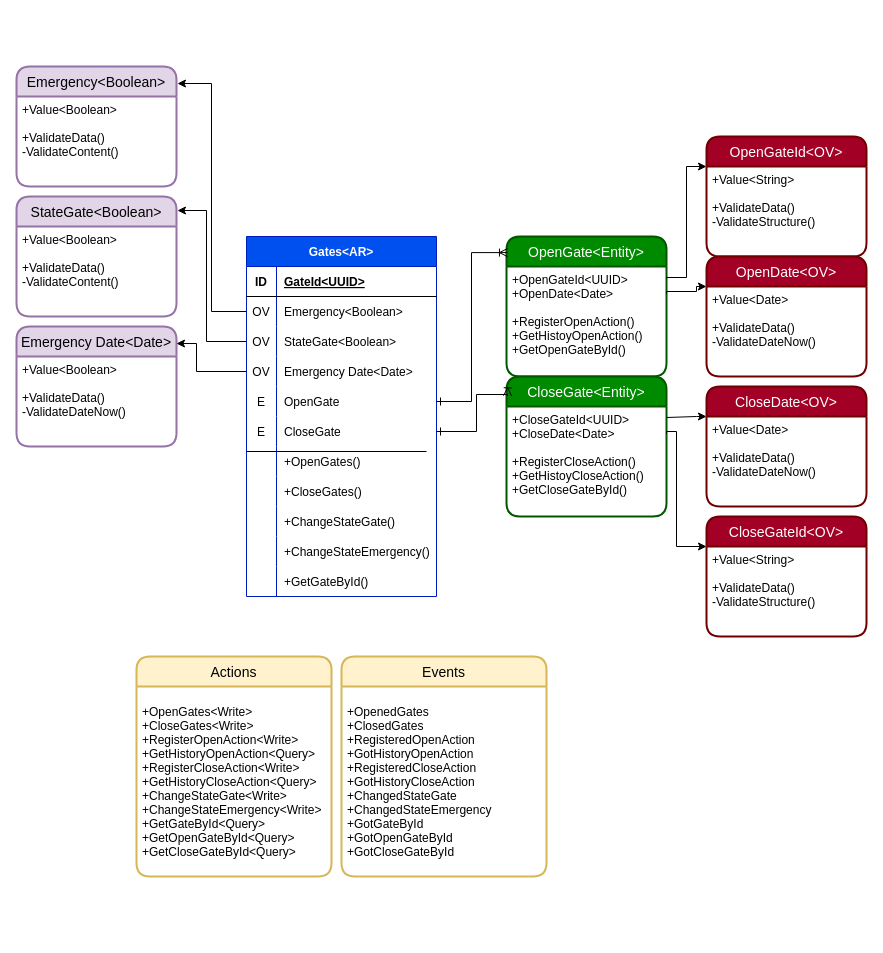
This is page "Gates<AR>" (3 of 8) of Modelo.drawio from JersonBasto/C1-2023-DDD-Colombia-Fork, a draw.io file, before an edit. Source tidied: cells renumbered, new cells numbered last; positions are measured from the earlier drawing's top-left corner, leaving out a move shared by most shapes. Both pictures are drawn from the tidied source at 100%, with x=0, y=0 at pixel (16, 66).
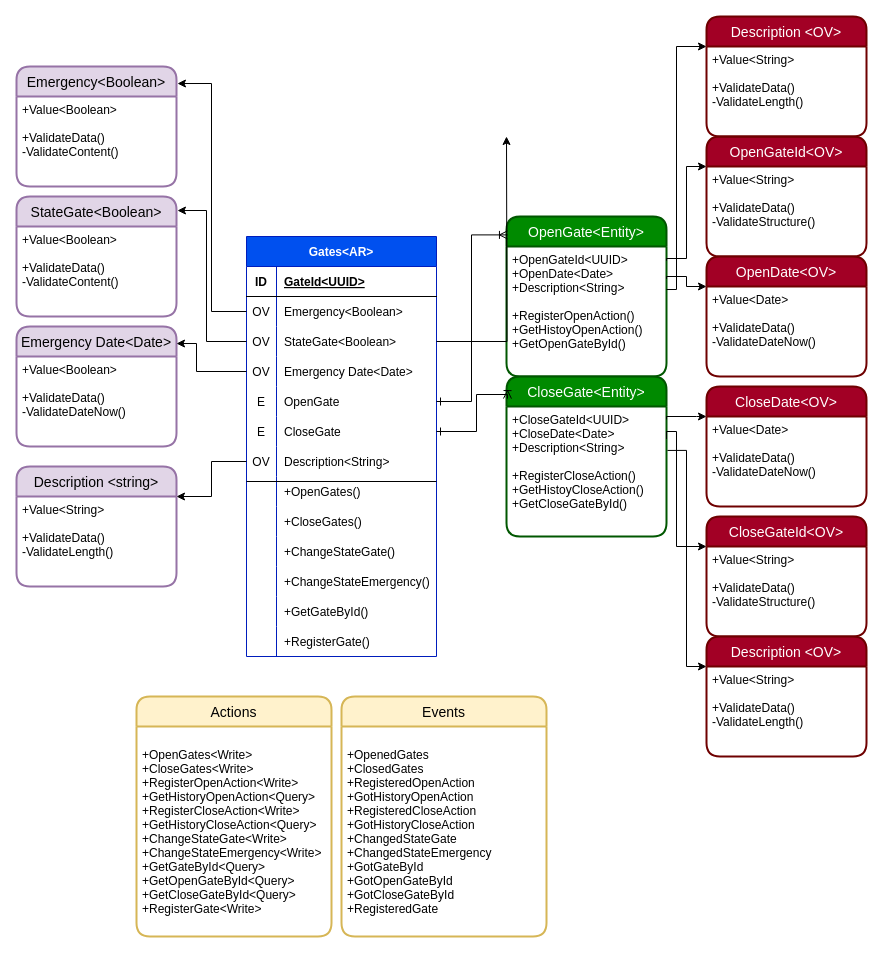
Above is the later version.

The change refers to these unchanged cells:
```xml
<mxCell id="9" style="shape=tableRow;horizontal=0;startSize=0;swimlaneHead=0;swimlaneBody=0;fillColor=none;points=[[0,0.5],[1,0.5]];portConstraint=eastwest;top=0;left=0;right=0;bottom=0;fontSize=12;" parent="2" vertex="1">
  <mxGeometry y="90" width="190" height="30" as="geometry" />
</mxCell>
<mxCell id="53" value="+Value&lt;String&gt;&#10;&#10;+ValidateData()&#10;-ValidateStructure()" style="align=left;strokeColor=none;fillColor=none;spacingLeft=4;fontSize=12;verticalAlign=top;" parent="52" vertex="1">
  <mxGeometry y="30" width="160" height="90" as="geometry" />
</mxCell>
<mxCell id="59" value="+Value&lt;Date&gt;&#10;&#10;+ValidateData()&#10;-ValidateDateNow()" style="align=left;strokeColor=none;fillColor=none;spacingLeft=4;fontSize=12;verticalAlign=top;" parent="58" vertex="1">
  <mxGeometry y="30" width="160" height="90" as="geometry" />
</mxCell>
```

Change to the diagram source:
```diff
@@
     <mxCell id="2" value="Gates&lt;AR&gt;" style="shape=table;startSize=30;childLayout=tableLayout;rowLines=0;fontStyle=1;align=center;fontSize=12;fillColor=#0050ef;fontColor=#ffffff;strokeColor=#001DBC;" parent="1" vertex="1">
-      <mxGeometry x="230" y="170" width="190" height="360" as="geometry" />
+      <mxGeometry x="230" y="170" width="190" height="420" as="geometry" />
     </mxCell>
@@
+    <mxCell id="68" style="shape=tableRow;horizontal=0;startSize=0;swimlaneHead=0;swimlaneBody=0;fillColor=none;points=[[0,0.5],[1,0.5]];portConstraint=eastwest;top=0;left=0;right=0;bottom=0;fontSize=12;" parent="2" vertex="1">
+      <mxGeometry y="210" width="190" height="30" as="geometry" />
+    </mxCell>
+    <mxCell id="69" value="OV" style="shape=partialRectangle;fillColor=none;top=0;left=0;bottom=0;right=0;overflow=hidden;fontSize=12;" parent="68" vertex="1">
+      <mxGeometry width="30" height="30" as="geometry" />
+    </mxCell>
+    <mxCell id="70" value="Description&lt;String&gt;" style="shape=partialRectangle;fillColor=none;top=0;left=0;bottom=0;right=0;align=left;spacingLeft=6;overflow=hidden;fontSize=12;" parent="68" vertex="1">
+      <mxGeometry x="30" width="160" height="30" as="geometry" />
+    </mxCell>
     <mxCell id="21" style="shape=tableRow;horizontal=0;startSize=0;swimlaneHead=0;swimlaneBody=0;fillColor=none;top=0;left=0;right=0;bottom=0;fontSize=12;" parent="2" vertex="1">
-      <mxGeometry y="210" width="190" height="30" as="geometry" />
+      <mxGeometry y="240" width="190" height="30" as="geometry" />
     </mxCell>
@@
     <mxCell id="24" style="shape=tableRow;horizontal=0;startSize=0;swimlaneHead=0;swimlaneBody=0;fillColor=none;top=0;left=0;right=0;bottom=0;fontSize=12;" parent="2" vertex="1">
-      <mxGeometry y="240" width="190" height="30" as="geometry" />
+      <mxGeometry y="270" width="190" height="30" as="geometry" />
     </mxCell>
@@
     <mxCell id="27" style="shape=tableRow;horizontal=0;startSize=0;swimlaneHead=0;swimlaneBody=0;fillColor=none;top=0;left=0;right=0;bottom=0;fontSize=12;" parent="2" vertex="1">
-      <mxGeometry y="270" width="190" height="30" as="geometry" />
+      <mxGeometry y="300" width="190" height="30" as="geometry" />
     </mxCell>
@@
     <mxCell id="30" style="shape=tableRow;horizontal=0;startSize=0;swimlaneHead=0;swimlaneBody=0;fillColor=none;top=0;left=0;right=0;bottom=0;fontSize=12;" parent="2" vertex="1">
-      <mxGeometry y="300" width="190" height="30" as="geometry" />
+      <mxGeometry y="330" width="190" height="30" as="geometry" />
     </mxCell>
@@
     <mxCell id="33" style="shape=tableRow;horizontal=0;startSize=0;swimlaneHead=0;swimlaneBody=0;fillColor=none;top=0;left=0;right=0;bottom=0;fontSize=12;" parent="2" vertex="1">
-      <mxGeometry y="330" width="190" height="30" as="geometry" />
+      <mxGeometry y="360" width="190" height="30" as="geometry" />
     </mxCell>
@@
+    <mxCell id="71" style="shape=tableRow;horizontal=0;startSize=0;swimlaneHead=0;swimlaneBody=0;fillColor=none;top=0;left=0;right=0;bottom=0;fontSize=12;" parent="2" vertex="1">
+      <mxGeometry y="390" width="190" height="30" as="geometry" />
+    </mxCell>
+    <mxCell id="72" style="shape=partialRectangle;fillColor=none;top=0;left=0;bottom=0;right=0;overflow=hidden;fontSize=12;" parent="71" vertex="1">
+      <mxGeometry width="30" height="30" as="geometry" />
+    </mxCell>
+    <mxCell id="73" value="+RegisterGate()" style="shape=partialRectangle;fillColor=none;top=0;left=0;bottom=0;right=0;align=left;spacingLeft=6;overflow=hidden;fontSize=12;" parent="71" vertex="1">
+      <mxGeometry x="30" width="160" height="30" as="geometry" />
+    </mxCell>
     <mxCell id="36" style="line;strokeWidth=1;dashed=0;labelPosition=right;align=left;verticalAlign=middle;spacingTop=0;spacingLeft=6;fontSize=12;" parent="1" vertex="1">
-      <mxGeometry x="230" y="380" width="180" height="10" as="geometry" />
+      <mxGeometry x="230" y="410" width="190" height="10" as="geometry" />
     </mxCell>
@@
     <mxCell id="46" value="OpenGate&lt;Entity&gt;" style="swimlane;horizontal=1;startSize=30;rounded=1;fontSize=14;fontStyle=0;strokeWidth=2;shadow=0;dashed=0;align=center;fillColor=#008a00;fontColor=#ffffff;strokeColor=#005700;" parent="1" vertex="1">
-      <mxGeometry x="490" y="170" width="160" height="140" as="geometry" />
+      <mxGeometry x="490" y="150" width="160" height="160" as="geometry" />
     </mxCell>
-    <mxCell id="47" value="+OpenGateId&lt;UUID&gt;&#10;+OpenDate&lt;Date&gt;&#10;&#10;+RegisterOpenAction()&#10;+GetHistoyOpenAction()&#10;+GetOpenGateById()" style="align=left;strokeColor=none;fillColor=none;spacingLeft=4;fontSize=12;verticalAlign=top;" parent="46" vertex="1">
-      <mxGeometry y="30" width="160" height="110" as="geometry" />
+    <mxCell id="47" value="+OpenGateId&lt;UUID&gt;&#10;+OpenDate&lt;Date&gt;&#10;+Description&lt;String&gt;&#10;&#10;+RegisterOpenAction()&#10;+GetHistoyOpenAction()&#10;+GetOpenGateById()" style="align=left;strokeColor=none;fillColor=none;spacingLeft=4;fontSize=12;verticalAlign=top;" parent="46" vertex="1">
+      <mxGeometry y="30" width="160" height="130" as="geometry" />
     </mxCell>
@@
     <mxCell id="49" value="CloseGate&lt;Entity&gt;" style="swimlane;horizontal=1;startSize=30;rounded=1;fontSize=14;fontStyle=0;strokeWidth=2;shadow=0;dashed=0;align=center;fillColor=#008a00;fontColor=#ffffff;strokeColor=#005700;" parent="1" vertex="1">
-      <mxGeometry x="490" y="310" width="160" height="140" as="geometry" />
+      <mxGeometry x="490" y="310" width="160" height="160" as="geometry" />
     </mxCell>
-    <mxCell id="50" value="+CloseGateId&lt;UUID&gt;&#10;+CloseDate&lt;Date&gt;&#10;&#10;+RegisterCloseAction()&#10;+GetHistoyCloseAction()&#10;+GetCloseGateById()" style="align=left;strokeColor=none;fillColor=none;spacingLeft=4;fontSize=12;verticalAlign=top;" parent="49" vertex="1">
-      <mxGeometry y="30" width="160" height="110" as="geometry" />
+    <mxCell id="50" value="+CloseGateId&lt;UUID&gt;&#10;+CloseDate&lt;Date&gt;&#10;+Description&lt;String&gt;&#10;&#10;+RegisterCloseAction()&#10;+GetHistoyCloseAction()&#10;+GetCloseGateById()" style="align=left;strokeColor=none;fillColor=none;spacingLeft=4;fontSize=12;verticalAlign=top;" parent="49" vertex="1">
+      <mxGeometry y="30" width="160" height="130" as="geometry" />
     </mxCell>
@@
     <mxCell id="54" style="edgeStyle=orthogonalEdgeStyle;rounded=0;jettySize=auto;html=1;exitX=0;exitY=0;exitDx=0;exitDy=0;entryX=1;entryY=0.11;entryDx=0;entryDy=0;entryPerimeter=0;fontSize=12;startArrow=classic;startFill=1;endArrow=none;endFill=0;" parent="1" edge="1" source="53" target="47">
       <mxGeometry relative="1" as="geometry">
         <Array as="points">
           <mxPoint x="670" y="100" />
-          <mxPoint x="670" y="211" />
+          <mxPoint x="670" y="192" />
         </Array>
       </mxGeometry>
     </mxCell>
@@
     <mxCell id="60" style="edgeStyle=orthogonalEdgeStyle;rounded=0;jettySize=auto;html=1;exitX=0;exitY=0;exitDx=0;exitDy=0;entryX=1;entryY=0.25;entryDx=0;entryDy=0;fontSize=12;startArrow=classic;startFill=1;endArrow=none;endFill=0;" parent="1" edge="1" source="59" target="47">
       <mxGeometry relative="1" as="geometry">
         <Array as="points">
-          <mxPoint x="680" y="220" />
-          <mxPoint x="680" y="225" />
+          <mxPoint x="670" y="220" />
+          <mxPoint x="670" y="210" />
+          <mxPoint x="650" y="210" />
         </Array>
       </mxGeometry>
     </mxCell>
@@
     <mxCell id="64" value="Actions" style="swimlane;horizontal=1;startSize=30;rounded=1;fontSize=14;fontStyle=0;strokeWidth=2;shadow=0;dashed=0;align=center;fillColor=#fff2cc;strokeColor=#d6b656;" parent="1" vertex="1">
-      <mxGeometry x="120" y="590" width="195" height="220" as="geometry" />
+      <mxGeometry x="120" y="630" width="195" height="240" as="geometry" />
     </mxCell>
-    <mxCell id="65" value="+OpenGates&lt;Write&gt;&#10;+CloseGates&lt;Write&gt;&#10;+RegisterOpenAction&lt;Write&gt;&#10;+GetHistoryOpenAction&lt;Query&gt;&#10;+RegisterCloseAction&lt;Write&gt;&#10;+GetHistoryCloseAction&lt;Query&gt;&#10;+ChangeStateGate&lt;Write&gt;&#10;+ChangeStateEmergency&lt;Write&gt;&#10;+GetGateById&lt;Query&gt;&#10;+GetOpenGateById&lt;Query&gt;&#10;+GetCloseGateById&lt;Query&gt;" style="align=left;strokeColor=none;fillColor=none;spacingLeft=4;fontSize=12;verticalAlign=middle;" parent="64" vertex="1">
-      <mxGeometry y="30" width="195" height="190" as="geometry" />
+    <mxCell id="65" value="+OpenGates&lt;Write&gt;&#10;+CloseGates&lt;Write&gt;&#10;+RegisterOpenAction&lt;Write&gt;&#10;+GetHistoryOpenAction&lt;Query&gt;&#10;+RegisterCloseAction&lt;Write&gt;&#10;+GetHistoryCloseAction&lt;Query&gt;&#10;+ChangeStateGate&lt;Write&gt;&#10;+ChangeStateEmergency&lt;Write&gt;&#10;+GetGateById&lt;Query&gt;&#10;+GetOpenGateById&lt;Query&gt;&#10;+GetCloseGateById&lt;Query&gt;&#10;+RegisterGate&lt;Write&gt;" style="align=left;strokeColor=none;fillColor=none;spacingLeft=4;fontSize=12;verticalAlign=middle;" parent="64" vertex="1">
+      <mxGeometry y="30" width="195" height="210" as="geometry" />
     </mxCell>
     <mxCell id="66" value="Events" style="swimlane;horizontal=1;startSize=30;rounded=1;fontSize=14;fontStyle=0;strokeWidth=2;shadow=0;dashed=0;align=center;fillColor=#fff2cc;strokeColor=#d6b656;" parent="1" vertex="1">
-      <mxGeometry x="325" y="590" width="205" height="220" as="geometry" />
+      <mxGeometry x="325" y="630" width="205" height="240" as="geometry" />
     </mxCell>
-    <mxCell id="67" value="+OpenedGates&#10;+ClosedGates&#10;+RegisteredOpenAction&#10;+GotHistoryOpenAction&#10;+RegisteredCloseAction&#10;+GotHistoryCloseAction&#10;+ChangedStateGate&#10;+ChangedStateEmergency&#10;+GotGateById&#10;+GotOpenGateById&#10;+GotCloseGateById" style="align=left;strokeColor=none;fillColor=none;spacingLeft=4;fontSize=12;verticalAlign=middle;" parent="66" vertex="1">
-      <mxGeometry y="30" width="205" height="190" as="geometry" />
+    <mxCell id="67" value="+OpenedGates&#10;+ClosedGates&#10;+RegisteredOpenAction&#10;+GotHistoryOpenAction&#10;+RegisteredCloseAction&#10;+GotHistoryCloseAction&#10;+ChangedStateGate&#10;+ChangedStateEmergency&#10;+GotGateById&#10;+GotOpenGateById&#10;+GotCloseGateById&#10;+RegisteredGate" style="align=left;strokeColor=none;fillColor=none;spacingLeft=4;fontSize=12;verticalAlign=middle;" parent="66" vertex="1">
+      <mxGeometry y="30" width="205" height="210" as="geometry" />
     </mxCell>
+    <mxCell id="74" value="Description &lt;string&gt;" style="swimlane;horizontal=1;startSize=30;rounded=1;fontSize=14;fontStyle=0;strokeWidth=2;shadow=0;dashed=0;align=center;fillColor=#e1d5e7;strokeColor=#9673a6;" parent="1" vertex="1">
+      <mxGeometry y="400" width="160" height="120" as="geometry" />
+    </mxCell>
+    <mxCell id="75" value="+Value&lt;String&gt;&#10;&#10;+ValidateData()&#10;-ValidateLength()" style="align=left;strokeColor=none;fillColor=none;spacingLeft=4;fontSize=12;verticalAlign=top;" parent="74" vertex="1">
+      <mxGeometry y="30" width="160" height="90" as="geometry" />
+    </mxCell>
+    <mxCell id="76" style="edgeStyle=orthogonalEdgeStyle;rounded=0;jettySize=auto;html=1;exitX=0;exitY=0.5;exitDx=0;exitDy=0;entryX=1;entryY=0.25;entryDx=0;entryDy=0;" parent="1" edge="1" source="68" target="74">
+      <mxGeometry relative="1" as="geometry" />
+    </mxCell>
+    <mxCell id="77" value="Description &lt;OV&gt;" style="swimlane;horizontal=1;startSize=30;rounded=1;fontSize=14;fontStyle=0;strokeWidth=2;shadow=0;dashed=0;align=center;fillColor=#a20025;strokeColor=#6F0000;fontColor=#ffffff;" parent="1" vertex="1">
+      <mxGeometry x="690" y="570" width="160" height="120" as="geometry" />
+    </mxCell>
+    <mxCell id="78" value="+Value&lt;String&gt;&#10;&#10;+ValidateData()&#10;-ValidateLength()" style="align=left;strokeColor=none;fillColor=none;spacingLeft=4;fontSize=12;verticalAlign=top;" parent="77" vertex="1">
+      <mxGeometry y="30" width="160" height="90" as="geometry" />
+    </mxCell>
+    <mxCell id="79" style="edgeStyle=orthogonalEdgeStyle;rounded=0;jettySize=auto;html=1;exitX=0;exitY=0;exitDx=0;exitDy=0;entryX=1.006;entryY=0.338;entryDx=0;entryDy=0;entryPerimeter=0;startArrow=classic;startFill=1;endArrow=none;endFill=0;" parent="1" edge="1" source="78" target="50">
+      <mxGeometry relative="1" as="geometry">
+        <Array as="points">
+          <mxPoint x="670" y="600" />
+          <mxPoint x="670" y="384" />
+        </Array>
+      </mxGeometry>
+    </mxCell>
+    <mxCell id="80" value="Description &lt;OV&gt;" style="swimlane;horizontal=1;startSize=30;rounded=1;fontSize=14;fontStyle=0;strokeWidth=2;shadow=0;dashed=0;align=center;fillColor=#a20025;strokeColor=#6F0000;fontColor=#ffffff;" parent="1" vertex="1">
+      <mxGeometry x="690" y="-50" width="160" height="120" as="geometry" />
+    </mxCell>
+    <mxCell id="81" value="+Value&lt;String&gt;&#10;&#10;+ValidateData()&#10;-ValidateLength()" style="align=left;strokeColor=none;fillColor=none;spacingLeft=4;fontSize=12;verticalAlign=top;" parent="80" vertex="1">
+      <mxGeometry y="30" width="160" height="90" as="geometry" />
+    </mxCell>
+    <mxCell id="82" style="edgeStyle=orthogonalEdgeStyle;rounded=0;jettySize=auto;html=1;exitX=0;exitY=0;exitDx=0;exitDy=0;entryX=1;entryY=0.331;entryDx=0;entryDy=0;entryPerimeter=0;startArrow=classic;startFill=1;endArrow=none;endFill=0;" parent="1" edge="1" source="81" target="47">
+      <mxGeometry relative="1" as="geometry">
+        <Array as="points">
+          <mxPoint x="660" y="-20" />
+          <mxPoint x="660" y="223" />
+        </Array>
+      </mxGeometry>
+    </mxCell>
+    <mxCell id="83" style="edgeStyle=orthogonalEdgeStyle;rounded=0;jettySize=auto;html=1;" parent="1" edge="1" source="9">
+      <mxGeometry relative="1" as="geometry">
+        <mxPoint x="490" y="70" as="targetPoint" />
+      </mxGeometry>
+    </mxCell>
```
